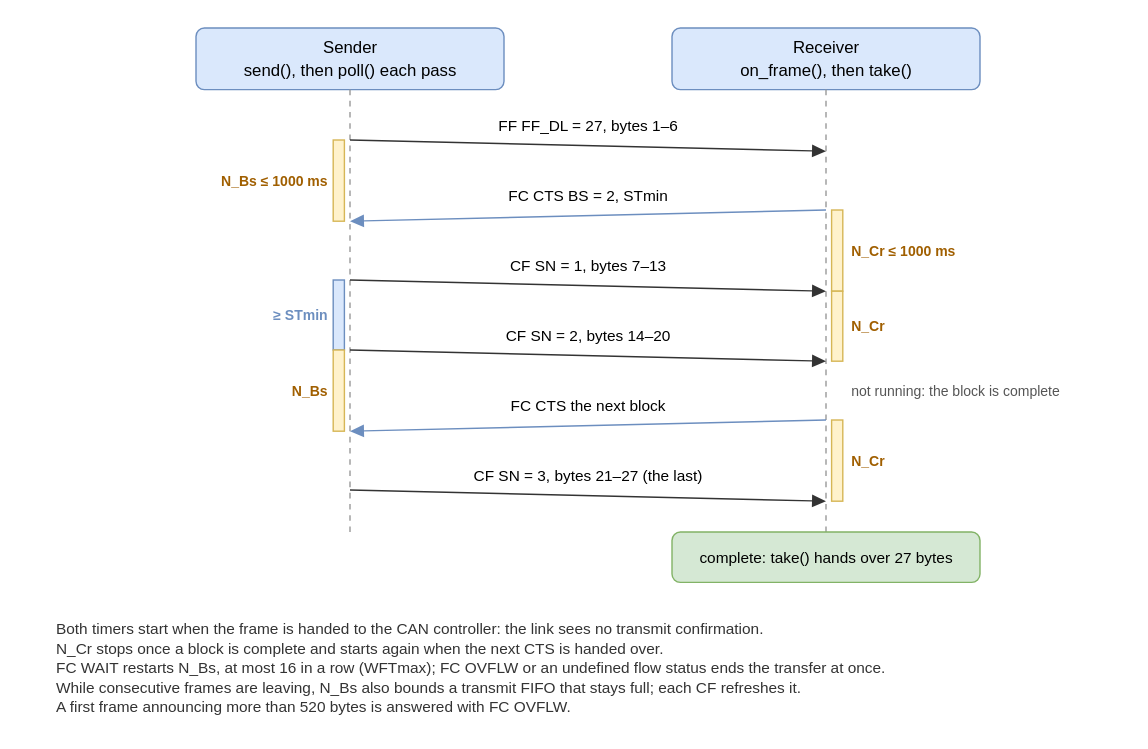
Before: docs/can-tp-sequence.drawio.svg, a diagram exported from draw.io (MartenH/blobly_emb). Source tidied: cells renumbered, new cells last; positions are measured from the earlier drawing's top-left corner, leaving out a move shared by most shapes. The source it was exported from:
```xml
<mxGraphModel background="#ffffff">
  <root>
    <mxCell id="0" />
    <mxCell id="1" parent="0" />
    <mxCell id="2" value="Sender&#10;send(), then poll() each pass" style="rounded=1;absoluteArcSize=1;arcSize=12;html=0;whiteSpace=wrap;fillColor=#dae8fc;strokeColor=#6c8ebf;fontSize=12;fontColor=#000000;" parent="1" vertex="1">
      <mxGeometry x="100" width="220" height="44" as="geometry" />
    </mxCell>
    <mxCell id="3" value="Receiver&#10;on_frame(), then take()" style="rounded=1;absoluteArcSize=1;arcSize=12;html=0;whiteSpace=wrap;fillColor=#dae8fc;strokeColor=#6c8ebf;fontSize=12;fontColor=#000000;" parent="1" vertex="1">
      <mxGeometry x="440" width="220" height="44" as="geometry" />
    </mxCell>
    <mxCell id="4" style="edgeStyle=none;html=0;rounded=0;strokeColor=#999999;endArrow=none;dashed=1;" parent="1" edge="1">
      <mxGeometry relative="1" as="geometry">
        <mxPoint x="210" y="44" as="sourcePoint" />
        <mxPoint x="210" y="360" as="targetPoint" />
      </mxGeometry>
    </mxCell>
    <mxCell id="5" style="edgeStyle=none;html=0;rounded=0;strokeColor=#999999;endArrow=none;dashed=1;" parent="1" edge="1">
      <mxGeometry relative="1" as="geometry">
        <mxPoint x="550" y="44" as="sourcePoint" />
        <mxPoint x="550" y="360" as="targetPoint" />
      </mxGeometry>
    </mxCell>
    <mxCell id="6" style="edgeStyle=none;html=0;rounded=0;strokeColor=#333333;endArrow=block;endFill=1;endSize=8;" parent="1" edge="1">
      <mxGeometry relative="1" as="geometry">
        <mxPoint x="210" y="80" as="sourcePoint" />
        <mxPoint x="550" y="88" as="targetPoint" />
      </mxGeometry>
    </mxCell>
    <mxCell id="7" value="FF   FF_DL = 27, bytes 1–6" style="text;html=0;strokeColor=none;fillColor=none;align=center;verticalAlign=middle;fontSize=11;fontColor=#000000;spacingLeft=0;spacingTop=0;" parent="1" vertex="1">
      <mxGeometry x="230" y="63" width="300" height="14" as="geometry" />
    </mxCell>
    <mxCell id="8" style="edgeStyle=none;html=0;rounded=0;strokeColor=#6c8ebf;endArrow=block;endFill=1;endSize=8;" parent="1" edge="1">
      <mxGeometry relative="1" as="geometry">
        <mxPoint x="550" y="130" as="sourcePoint" />
        <mxPoint x="210" y="138" as="targetPoint" />
      </mxGeometry>
    </mxCell>
    <mxCell id="9" value="FC CTS   BS = 2, STmin" style="text;html=0;strokeColor=none;fillColor=none;align=center;verticalAlign=middle;fontSize=11;fontColor=#000000;spacingLeft=0;spacingTop=0;" parent="1" vertex="1">
      <mxGeometry x="230" y="113" width="300" height="14" as="geometry" />
    </mxCell>
    <mxCell id="10" style="edgeStyle=none;html=0;rounded=0;strokeColor=#333333;endArrow=block;endFill=1;endSize=8;" parent="1" edge="1">
      <mxGeometry relative="1" as="geometry">
        <mxPoint x="210" y="180" as="sourcePoint" />
        <mxPoint x="550" y="188" as="targetPoint" />
      </mxGeometry>
    </mxCell>
    <mxCell id="11" value="CF   SN = 1, bytes 7–13" style="text;html=0;strokeColor=none;fillColor=none;align=center;verticalAlign=middle;fontSize=11;fontColor=#000000;spacingLeft=0;spacingTop=0;" parent="1" vertex="1">
      <mxGeometry x="230" y="163" width="300" height="14" as="geometry" />
    </mxCell>
    <mxCell id="12" style="edgeStyle=none;html=0;rounded=0;strokeColor=#333333;endArrow=block;endFill=1;endSize=8;" parent="1" edge="1">
      <mxGeometry relative="1" as="geometry">
        <mxPoint x="210" y="230" as="sourcePoint" />
        <mxPoint x="550" y="238" as="targetPoint" />
      </mxGeometry>
    </mxCell>
    <mxCell id="13" value="CF   SN = 2, bytes 14–20" style="text;html=0;strokeColor=none;fillColor=none;align=center;verticalAlign=middle;fontSize=11;fontColor=#000000;spacingLeft=0;spacingTop=0;" parent="1" vertex="1">
      <mxGeometry x="230" y="213" width="300" height="14" as="geometry" />
    </mxCell>
    <mxCell id="14" style="edgeStyle=none;html=0;rounded=0;strokeColor=#6c8ebf;endArrow=block;endFill=1;endSize=8;" parent="1" edge="1">
      <mxGeometry relative="1" as="geometry">
        <mxPoint x="550" y="280" as="sourcePoint" />
        <mxPoint x="210" y="288" as="targetPoint" />
      </mxGeometry>
    </mxCell>
    <mxCell id="15" value="FC CTS   the next block" style="text;html=0;strokeColor=none;fillColor=none;align=center;verticalAlign=middle;fontSize=11;fontColor=#000000;spacingLeft=0;spacingTop=0;" parent="1" vertex="1">
      <mxGeometry x="230" y="263" width="300" height="14" as="geometry" />
    </mxCell>
    <mxCell id="16" style="edgeStyle=none;html=0;rounded=0;strokeColor=#333333;endArrow=block;endFill=1;endSize=8;" parent="1" edge="1">
      <mxGeometry relative="1" as="geometry">
        <mxPoint x="210" y="330" as="sourcePoint" />
        <mxPoint x="550" y="338" as="targetPoint" />
      </mxGeometry>
    </mxCell>
    <mxCell id="17" value="CF   SN = 3, bytes 21–27 (the last)" style="text;html=0;strokeColor=none;fillColor=none;align=center;verticalAlign=middle;fontSize=11;fontColor=#000000;spacingLeft=0;spacingTop=0;" parent="1" vertex="1">
      <mxGeometry x="230" y="313" width="300" height="14" as="geometry" />
    </mxCell>
    <mxCell id="18" style="rounded=0;html=0;fillColor=#fff2cc;strokeColor=#d6b656;" parent="1" vertex="1">
      <mxGeometry x="198" y="80" width="8" height="58" as="geometry" />
    </mxCell>
    <mxCell id="19" value="N_Bs ≤ 1000 ms" style="text;html=0;strokeColor=none;fillColor=none;align=right;verticalAlign=middle;fontSize=10;fontColor=#a05f00;spacingLeft=0;spacingTop=0;fontStyle=1;" parent="1" vertex="1">
      <mxGeometry x="78" y="102" width="116" height="14" as="geometry" />
    </mxCell>
    <mxCell id="20" style="rounded=0;html=0;fillColor=#dae8fc;strokeColor=#6c8ebf;" parent="1" vertex="1">
      <mxGeometry x="198" y="180" width="8" height="50" as="geometry" />
    </mxCell>
    <mxCell id="21" value="≥ STmin" style="text;html=0;strokeColor=none;fillColor=none;align=right;verticalAlign=middle;fontSize=10;fontColor=#6c8ebf;spacingLeft=0;spacingTop=0;fontStyle=1;" parent="1" vertex="1">
      <mxGeometry x="78" y="198" width="116" height="14" as="geometry" />
    </mxCell>
    <mxCell id="22" style="rounded=0;html=0;fillColor=#fff2cc;strokeColor=#d6b656;" parent="1" vertex="1">
      <mxGeometry x="198" y="230" width="8" height="58" as="geometry" />
    </mxCell>
    <mxCell id="23" value="N_Bs" style="text;html=0;strokeColor=none;fillColor=none;align=right;verticalAlign=middle;fontSize=10;fontColor=#a05f00;spacingLeft=0;spacingTop=0;fontStyle=1;" parent="1" vertex="1">
      <mxGeometry x="78" y="252" width="116" height="14" as="geometry" />
    </mxCell>
    <mxCell id="24" style="rounded=0;html=0;fillColor=#fff2cc;strokeColor=#d6b656;" parent="1" vertex="1">
      <mxGeometry x="554" y="130" width="8" height="58" as="geometry" />
    </mxCell>
    <mxCell id="25" value="N_Cr ≤ 1000 ms" style="text;html=0;strokeColor=none;fillColor=none;align=left;verticalAlign=middle;fontSize=10;fontColor=#a05f00;spacingLeft=0;spacingTop=0;fontStyle=1;" parent="1" vertex="1">
      <mxGeometry x="568" y="152" width="120" height="14" as="geometry" />
    </mxCell>
    <mxCell id="26" style="rounded=0;html=0;fillColor=#fff2cc;strokeColor=#d6b656;" parent="1" vertex="1">
      <mxGeometry x="554" y="188" width="8" height="50" as="geometry" />
    </mxCell>
    <mxCell id="27" value="N_Cr" style="text;html=0;strokeColor=none;fillColor=none;align=left;verticalAlign=middle;fontSize=10;fontColor=#a05f00;spacingLeft=0;spacingTop=0;fontStyle=1;" parent="1" vertex="1">
      <mxGeometry x="568" y="206" width="120" height="14" as="geometry" />
    </mxCell>
    <mxCell id="28" style="rounded=0;html=0;fillColor=#fff2cc;strokeColor=#d6b656;" parent="1" vertex="1">
      <mxGeometry x="554" y="280" width="8" height="58" as="geometry" />
    </mxCell>
    <mxCell id="29" value="N_Cr" style="text;html=0;strokeColor=none;fillColor=none;align=left;verticalAlign=middle;fontSize=10;fontColor=#a05f00;spacingLeft=0;spacingTop=0;fontStyle=1;" parent="1" vertex="1">
      <mxGeometry x="568" y="302" width="120" height="14" as="geometry" />
    </mxCell>
    <mxCell id="30" value="not running: the block is complete" style="text;html=0;strokeColor=none;fillColor=none;align=left;verticalAlign=middle;fontSize=10;fontColor=#555555;spacingLeft=0;spacingTop=0;" parent="1" vertex="1">
      <mxGeometry x="568" y="252" width="190" height="14" as="geometry" />
    </mxCell>
    <mxCell id="31" value="complete: take() hands over 27 bytes" style="rounded=1;absoluteArcSize=1;arcSize=12;html=0;whiteSpace=wrap;fillColor=#d5e8d4;strokeColor=#82b366;fontSize=11;fontColor=#000000;" parent="1" vertex="1">
      <mxGeometry x="440" y="360" width="220" height="36" as="geometry" />
    </mxCell>
    <mxCell id="32" value="Both timers start when the frame is handed to the CAN controller: the link sees no transmit confirmation.&#10;N_Cr stops once a block is complete and starts again when the next CTS is handed over.&#10;FC WAIT restarts N_Bs, at most 16 in a row (WFTmax); FC OVFLW or an undefined flow status ends the transfer at once.&#10;While consecutive frames are leaving, N_Bs also bounds a transmit FIFO that stays full; each CF refreshes it.&#10;A first frame announcing more than 520 bytes is answered with FC OVFLW." style="text;html=0;strokeColor=none;fillColor=none;align=left;verticalAlign=top;fontSize=11;fontColor=#333333;spacingLeft=0;spacingTop=0;" parent="1" vertex="1">
      <mxGeometry y="420" width="740" height="100" as="geometry" />
    </mxCell>
  </root>
</mxGraphModel>
```
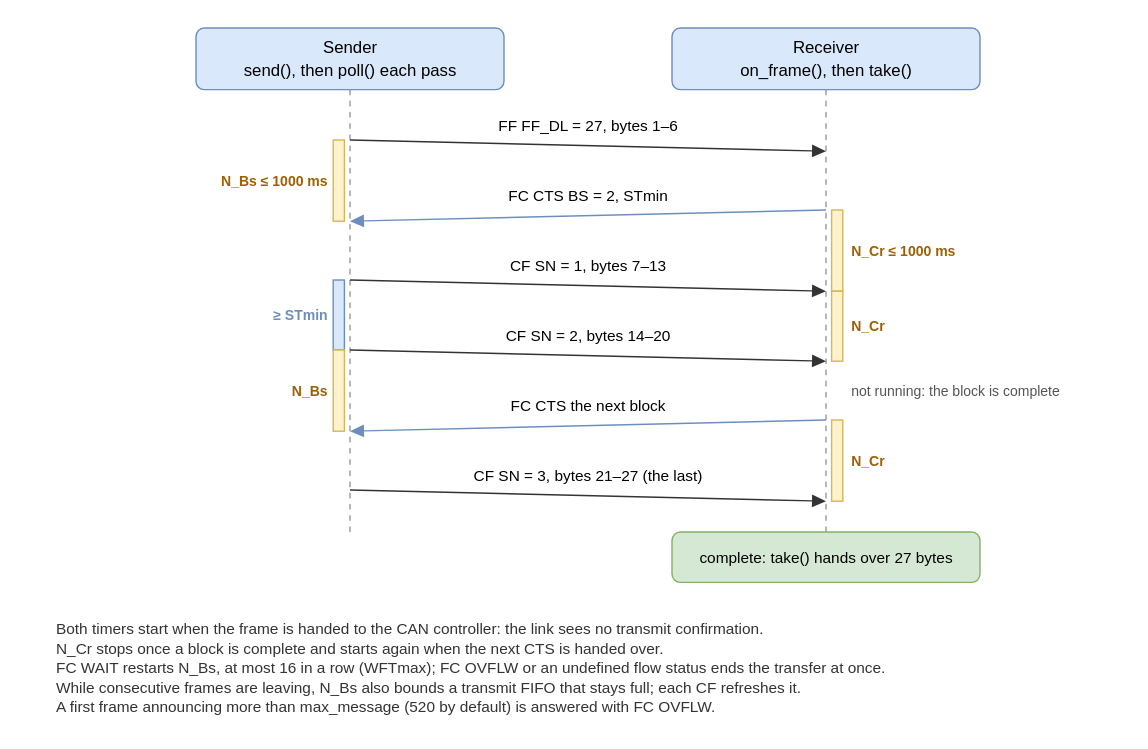
The same diagram one commit later.

Commit message:
docs: a README that says what blobly_emb is and why to use it; diagrams from scripts (#448)

Diff of the diagram source:
```diff
@@ -116,7 +116,7 @@
     <mxCell id="31" value="complete: take() hands over 27 bytes" style="rounded=1;absoluteArcSize=1;arcSize=12;html=0;whiteSpace=wrap;fillColor=#d5e8d4;strokeColor=#82b366;fontSize=11;fontColor=#000000;" parent="1" vertex="1">
       <mxGeometry x="440" y="360" width="220" height="36" as="geometry" />
     </mxCell>
-    <mxCell id="32" value="Both timers start when the frame is handed to the CAN controller: the link sees no transmit confirmation.&#10;N_Cr stops once a block is complete and starts again when the next CTS is handed over.&#10;FC WAIT restarts N_Bs, at most 16 in a row (WFTmax); FC OVFLW or an undefined flow status ends the transfer at once.&#10;While consecutive frames are leaving, N_Bs also bounds a transmit FIFO that stays full; each CF refreshes it.&#10;A first frame announcing more than 520 bytes is answered with FC OVFLW." style="text;html=0;strokeColor=none;fillColor=none;align=left;verticalAlign=top;fontSize=11;fontColor=#333333;spacingLeft=0;spacingTop=0;" parent="1" vertex="1">
+    <mxCell id="32" value="Both timers start when the frame is handed to the CAN controller: the link sees no transmit confirmation.&#10;N_Cr stops once a block is complete and starts again when the next CTS is handed over.&#10;FC WAIT restarts N_Bs, at most 16 in a row (WFTmax); FC OVFLW or an undefined flow status ends the transfer at once.&#10;While consecutive frames are leaving, N_Bs also bounds a transmit FIFO that stays full; each CF refreshes it.&#10;A first frame announcing more than max_message (520 by default) is answered with FC OVFLW." style="text;html=0;strokeColor=none;fillColor=none;align=left;verticalAlign=top;fontSize=11;fontColor=#333333;spacingLeft=0;spacingTop=0;" parent="1" vertex="1">
       <mxGeometry y="420" width="740" height="100" as="geometry" />
     </mxCell>
   </root>
```
